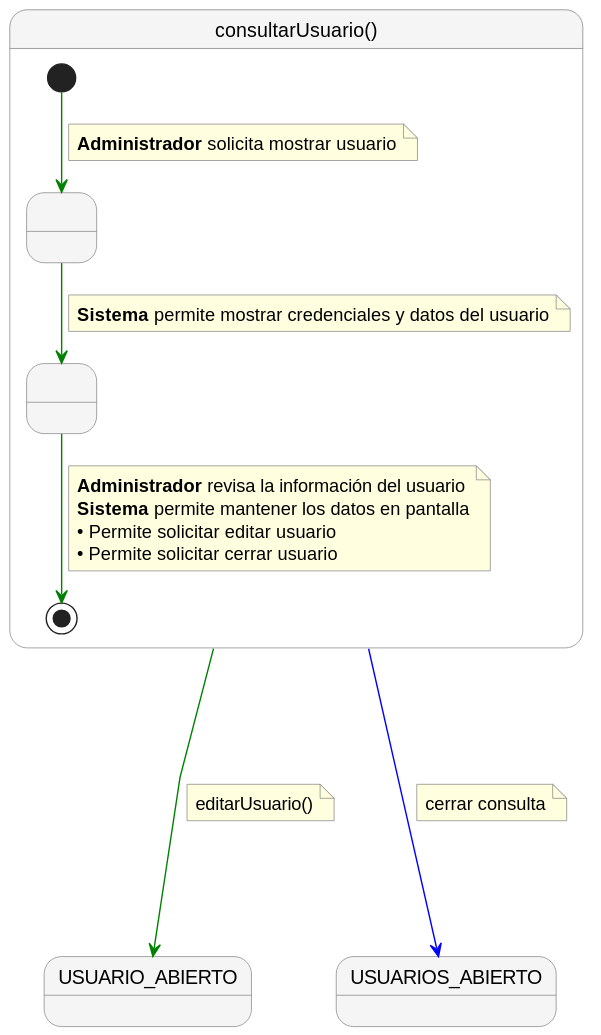
Earlier version of the PlantUML export documents/requisitado/02-detalle/Administrador/consultarUsuario.svg (jerdier/25-26-idsw2-sdVC).
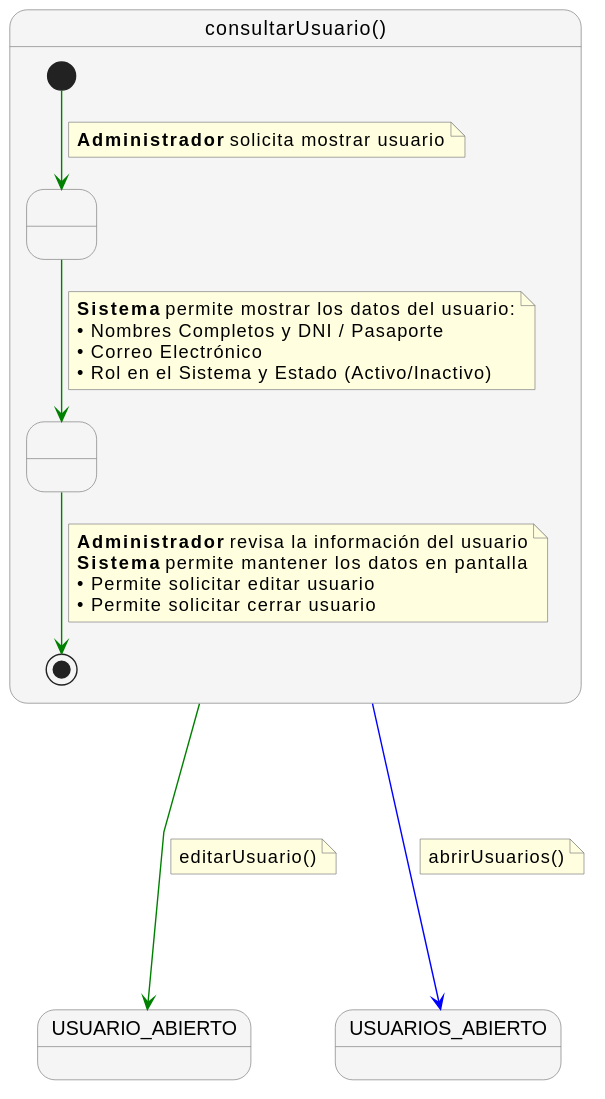
Above is the later version.

Change to the diagram source:
```diff
@@ -19,7 +19,10 @@
 
     Paso1 -[#green]-> Paso2
     note on link
-      <b>Sistema</b> permite mostrar credenciales y datos del usuario
+      <b>Sistema</b> permite mostrar los datos del usuario:
+      • Nombres Completos y DNI / Pasaporte
+      • Correo Electrónico
+      • Rol en el Sistema y Estado (Activo/Inactivo)
     end note
 
     Paso2 -[#green]-> [*]
@@ -42,6 +45,6 @@
 
 consultarUsuario -[#blue]---> USUARIOS_ABIERTO
 note right on link
-  cerrar consulta
+  abrirUsuarios()
 end note
 @enduml
```
